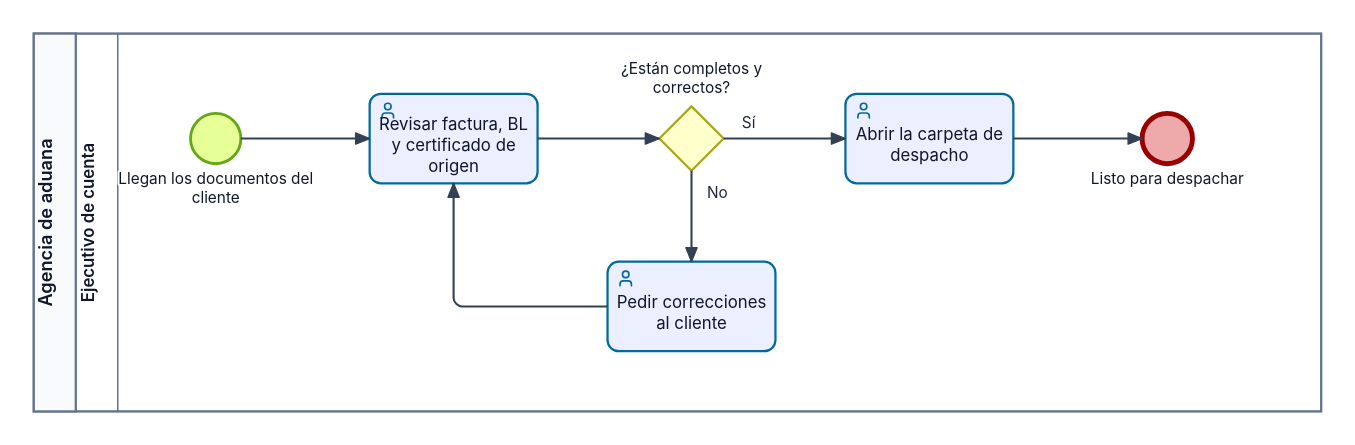
Before: plantillas/aduana-simple.svg, a diagram exported from BPMN (ematurana-code/fluye). Its source is kept beside it as plantillas/aduana-simple.bpmn. Ids are renumbered.
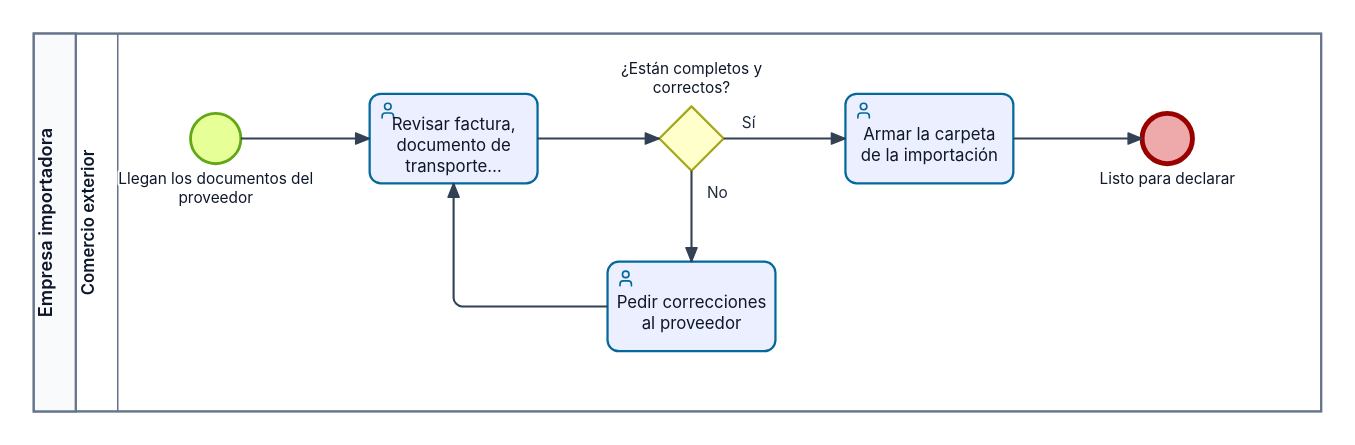
The same diagram one commit later.

What changed in the source:
```diff
@@ -1,10 +1,10 @@
 <bpmn:definitions xmlns:bpmn="http://www.omg.org/spec/BPMN/20100524/MODEL" xmlns:bpmndi="http://www.omg.org/spec/BPMN/20100524/DI" xmlns:dc="http://www.omg.org/spec/DD/20100524/DC" xmlns:di="http://www.omg.org/spec/DD/20100524/DI" xmlns:fluye="http://fluye.app/schema/1.0" id="aduana_simple_definiciones" targetNamespace="http://fluye.app/bpmn" exporter="Fluye" exporterVersion="0.1.0">
   <bpmn:collaboration id="aduana_simple_colab0">
-    <bpmn:participant id="aduana_simple_pool_agencia" name="Agencia de aduana" processRef="aduana_simple_proceso_agencia" />
+    <bpmn:participant id="aduana_simple_pool_empresa" name="Empresa importadora" processRef="aduana_simple_proceso_empresa" />
   </bpmn:collaboration>
-  <bpmn:process id="aduana_simple_proceso_agencia" isExecutable="false">
-    <bpmn:laneSet id="aduana_simple_carriles_agencia">
-      <bpmn:lane id="aduana_simple_carril_ejec" name="Ejecutivo de cuenta">
+  <bpmn:process id="aduana_simple_proceso_empresa" isExecutable="false">
+    <bpmn:laneSet id="aduana_simple_carriles_empresa">
+      <bpmn:lane id="aduana_simple_carril_ejec" name="Comercio exterior">
         <bpmn:flowNodeRef>aduana_simple_ini</bpmn:flowNodeRef>
         <bpmn:flowNodeRef>aduana_simple_rev</bpmn:flowNodeRef>
         <bpmn:flowNodeRef>aduana_simple_dec</bpmn:flowNodeRef>
@@ -13,11 +13,11 @@
         <bpmn:flowNodeRef>aduana_simple_ped</bpmn:flowNodeRef>
       </bpmn:lane>
     </bpmn:laneSet>
-    <bpmn:startEvent id="aduana_simple_ini" name="Llegan los documentos del cliente">
+    <bpmn:startEvent id="aduana_simple_ini" name="Llegan los documentos del proveedor">
       <bpmn:outgoing>aduana_simple_f0_0</bpmn:outgoing>
     </bpmn:startEvent>
-    <bpmn:userTask id="aduana_simple_rev" name="Revisar factura, BL y certificado de origen">
-      <bpmn:documentation>Se revisa que la factura, el conocimiento de embarque (BL) y el certificado de origen estén y coincidan entre sí.</bpmn:documentation>
+    <bpmn:userTask id="aduana_simple_rev" name="Revisar factura, documento de transporte y certificado de origen">
+      <bpmn:documentation>Se revisa que la factura comercial, el documento de transporte y el certificado de origen estén y coincidan entre sí.</bpmn:documentation>
       <bpmn:incoming>aduana_simple_f0_0</bpmn:incoming>
       <bpmn:incoming>aduana_simple_f0_5</bpmn:incoming>
       <bpmn:outgoing>aduana_simple_f0_1</bpmn:outgoing>
@@ -27,16 +27,16 @@
       <bpmn:outgoing>aduana_simple_f0_2</bpmn:outgoing>
       <bpmn:outgoing>aduana_simple_f0_4</bpmn:outgoing>
     </bpmn:exclusiveGateway>
-    <bpmn:userTask id="aduana_simple_abr" name="Abrir la carpeta de despacho">
-      <bpmn:documentation>Se crea la carpeta del despacho con los documentos revisados.</bpmn:documentation>
+    <bpmn:userTask id="aduana_simple_abr" name="Armar la carpeta de la importación">
+      <bpmn:documentation>Se arma la carpeta de la importación con los documentos revisados.</bpmn:documentation>
       <bpmn:incoming>aduana_simple_f0_2</bpmn:incoming>
       <bpmn:outgoing>aduana_simple_f0_3</bpmn:outgoing>
     </bpmn:userTask>
-    <bpmn:endEvent id="aduana_simple_fin" name="Listo para despachar">
+    <bpmn:endEvent id="aduana_simple_fin" name="Listo para declarar">
       <bpmn:incoming>aduana_simple_f0_3</bpmn:incoming>
     </bpmn:endEvent>
-    <bpmn:userTask id="aduana_simple_ped" name="Pedir correcciones al cliente">
-      <bpmn:documentation>Se envía al cliente la lista de lo que falta o hay que corregir.</bpmn:documentation>
+    <bpmn:userTask id="aduana_simple_ped" name="Pedir correcciones al proveedor">
+      <bpmn:documentation>Se envía al proveedor la lista de lo que falta o hay que corregir.</bpmn:documentation>
       <bpmn:incoming>aduana_simple_f0_4</bpmn:incoming>
       <bpmn:outgoing>aduana_simple_f0_5</bpmn:outgoing>
     </bpmn:userTask>
@@ -49,7 +49,7 @@
   </bpmn:process>
   <bpmndi:BPMNDiagram id="aduana_simple_diagrama0" name="Revisión de documentos">
     <bpmndi:BPMNPlane id="aduana_simple_plano0" bpmnElement="aduana_simple_colab0">
-      <bpmndi:BPMNShape id="DI_aduana_simple_pool_agencia" bpmnElement="aduana_simple_pool_agencia" isHorizontal="true">
+      <bpmndi:BPMNShape id="DI_aduana_simple_pool_empresa" bpmnElement="aduana_simple_pool_empresa" isHorizontal="true">
         <dc:Bounds x="80" y="60" width="920" height="270" />
       </bpmndi:BPMNShape>
       <bpmndi:BPMNShape id="DI_aduana_simple_carril_ejec" bpmnElement="aduana_simple_carril_ejec" isHorizontal="true">
```
